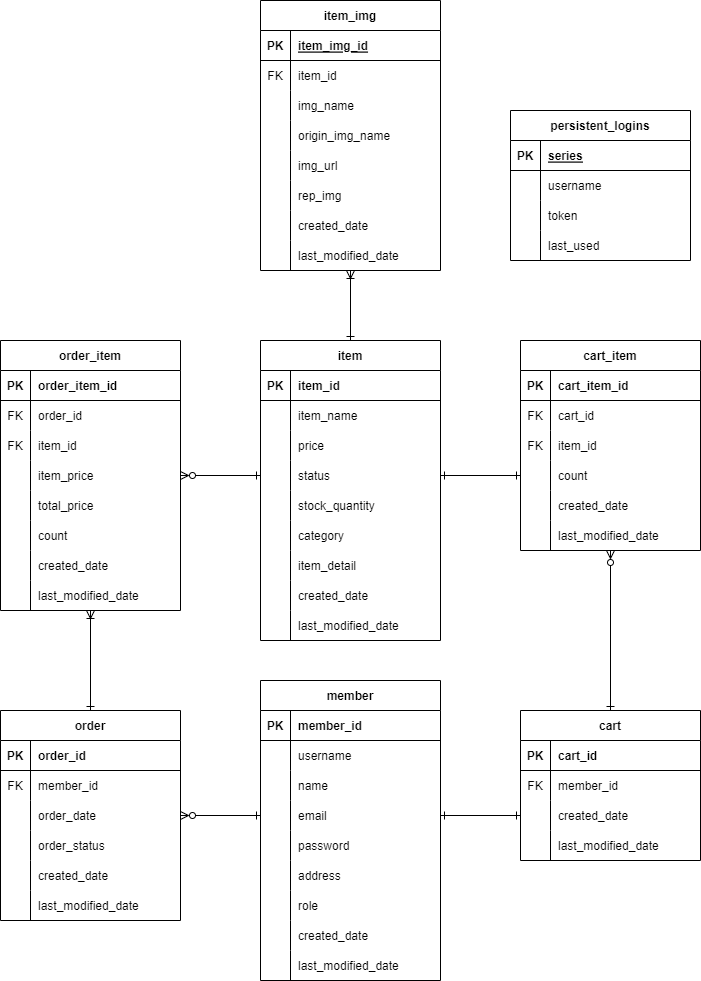
Earlier version of the draw.io export table_diagram.png (dlwldyd/shop). Source tidied: cells renumbered, new cells last; positions are measured from the earlier drawing's top-left corner, leaving out a move shared by most shapes.
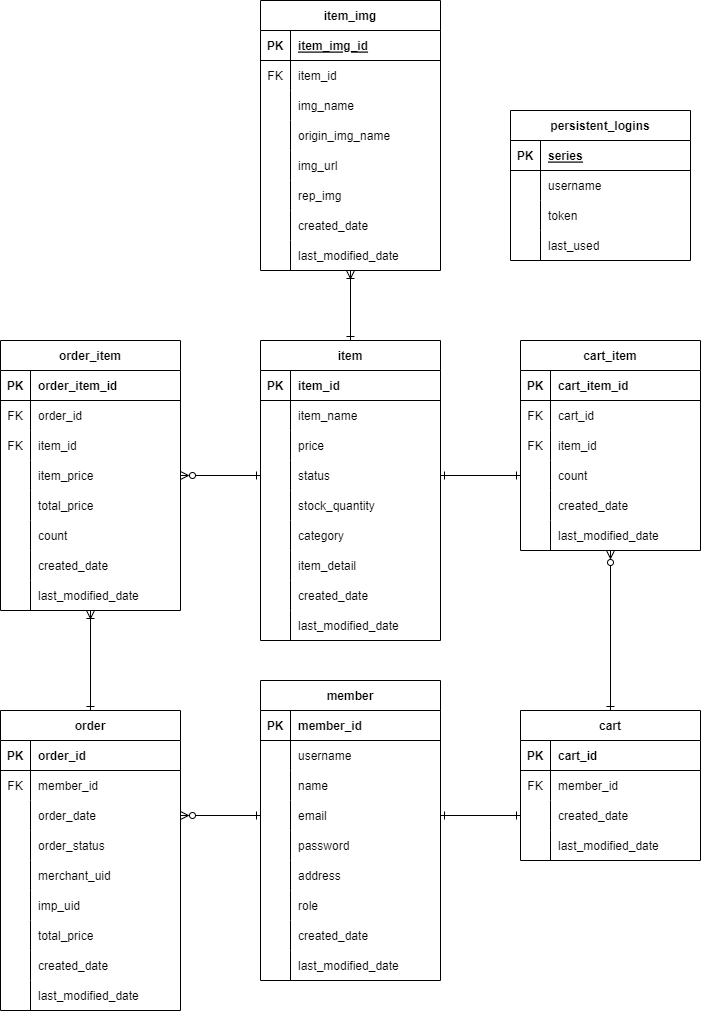
After the change.

Commit message:
이미지 대체

Diff of the diagram source:
```diff
@@ -255,7 +255,7 @@
       <mxGeometry x="30" width="150" height="30" as="geometry" />
     </mxCell>
     <mxCell id="85" value="order" style="shape=table;startSize=30;rowLines=0;fontStyle=1;align=center;" parent="1" vertex="1">
-      <mxGeometry y="710" width="180" height="210" as="geometry" />
+      <mxGeometry y="710" width="180" height="300" as="geometry" />
     </mxCell>
     <mxCell id="86" style="shape=tableRow;horizontal=0;startSize=0;swimlaneHead=0;swimlaneBody=0;fillColor=none;top=0;left=0;right=0;bottom=1;" parent="85" vertex="1">
       <mxGeometry y="30" width="180" height="30" as="geometry" />
@@ -293,8 +293,35 @@
     <mxCell id="97" value="order_status" style="shape=partialRectangle;fillColor=none;top=0;left=0;bottom=0;right=0;align=left;spacingLeft=6;overflow=hidden;" parent="95" vertex="1">
       <mxGeometry x="30" width="150" height="30" as="geometry" />
     </mxCell>
+    <mxCell id="179" style="shape=tableRow;horizontal=0;startSize=0;swimlaneHead=0;swimlaneBody=0;fillColor=none;top=0;left=0;right=0;bottom=0;" parent="85" vertex="1">
+      <mxGeometry y="150" width="180" height="30" as="geometry" />
+    </mxCell>
+    <mxCell id="180" style="shape=partialRectangle;fillColor=none;top=0;left=0;bottom=0;right=0;overflow=hidden;" parent="179" vertex="1">
+      <mxGeometry width="30" height="30" as="geometry" />
+    </mxCell>
+    <mxCell id="181" value="merchant_uid" style="shape=partialRectangle;fillColor=none;top=0;left=0;bottom=0;right=0;align=left;spacingLeft=6;overflow=hidden;" parent="179" vertex="1">
+      <mxGeometry x="30" width="150" height="30" as="geometry" />
+    </mxCell>
+    <mxCell id="182" style="shape=tableRow;horizontal=0;startSize=0;swimlaneHead=0;swimlaneBody=0;fillColor=none;top=0;left=0;right=0;bottom=0;" parent="85" vertex="1">
+      <mxGeometry y="180" width="180" height="30" as="geometry" />
+    </mxCell>
+    <mxCell id="183" style="shape=partialRectangle;fillColor=none;top=0;left=0;bottom=0;right=0;overflow=hidden;" parent="182" vertex="1">
+      <mxGeometry width="30" height="30" as="geometry" />
+    </mxCell>
+    <mxCell id="184" value="imp_uid" style="shape=partialRectangle;fillColor=none;top=0;left=0;bottom=0;right=0;align=left;spacingLeft=6;overflow=hidden;" parent="182" vertex="1">
+      <mxGeometry x="30" width="150" height="30" as="geometry" />
+    </mxCell>
+    <mxCell id="185" style="shape=tableRow;horizontal=0;startSize=0;swimlaneHead=0;swimlaneBody=0;fillColor=none;top=0;left=0;right=0;bottom=0;" parent="85" vertex="1">
+      <mxGeometry y="210" width="180" height="30" as="geometry" />
+    </mxCell>
+    <mxCell id="186" style="shape=partialRectangle;fillColor=none;top=0;left=0;bottom=0;right=0;overflow=hidden;" parent="185" vertex="1">
+      <mxGeometry width="30" height="30" as="geometry" />
+    </mxCell>
+    <mxCell id="187" value="total_price" style="shape=partialRectangle;fillColor=none;top=0;left=0;bottom=0;right=0;align=left;spacingLeft=6;overflow=hidden;" parent="185" vertex="1">
+      <mxGeometry x="30" width="150" height="30" as="geometry" />
+    </mxCell>
     <mxCell id="98" style="shape=tableRow;horizontal=0;startSize=0;swimlaneHead=0;swimlaneBody=0;fillColor=none;top=0;left=0;right=0;bottom=0;sketch=0;" parent="85" vertex="1">
-      <mxGeometry y="150" width="180" height="30" as="geometry" />
+      <mxGeometry y="240" width="180" height="30" as="geometry" />
     </mxCell>
     <mxCell id="99" style="shape=partialRectangle;fillColor=none;top=0;left=0;bottom=0;right=0;overflow=hidden;sketch=0;" parent="98" vertex="1">
       <mxGeometry width="30" height="30" as="geometry" />
@@ -303,7 +330,7 @@
       <mxGeometry x="30" width="150" height="30" as="geometry" />
     </mxCell>
     <mxCell id="101" style="shape=tableRow;horizontal=0;startSize=0;swimlaneHead=0;swimlaneBody=0;fillColor=none;top=0;left=0;right=0;bottom=0;sketch=0;" parent="85" vertex="1">
-      <mxGeometry y="180" width="180" height="30" as="geometry" />
+      <mxGeometry y="270" width="180" height="30" as="geometry" />
     </mxCell>
     <mxCell id="102" style="shape=partialRectangle;fillColor=none;top=0;left=0;bottom=0;right=0;overflow=hidden;sketch=0;" parent="101" vertex="1">
       <mxGeometry width="30" height="30" as="geometry" />
```
